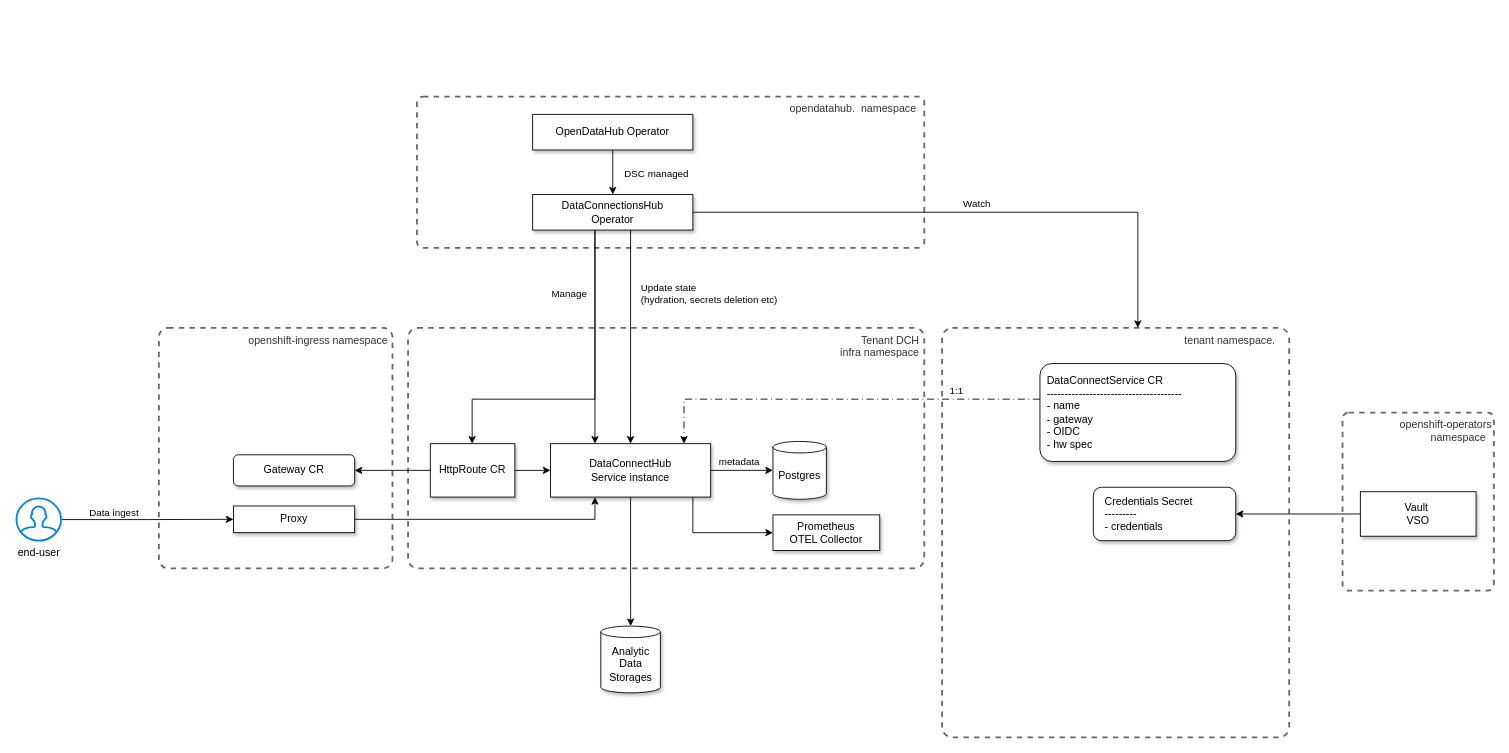
Before: page "Cluster" (1 of 5) of architecture-decision-records/data-connect-hub/diagrams/Connections.drawio in opendatahub-io/architecture-decision-records, a draw.io diagram. Source tidied: cells renumbered, new cells numbered last; positions are measured from the earlier drawing's top-left corner, leaving out a move shared by most shapes. Both pictures are drawn from the tidied source at 89%, with x=0, y=0 at pixel (16, 96).
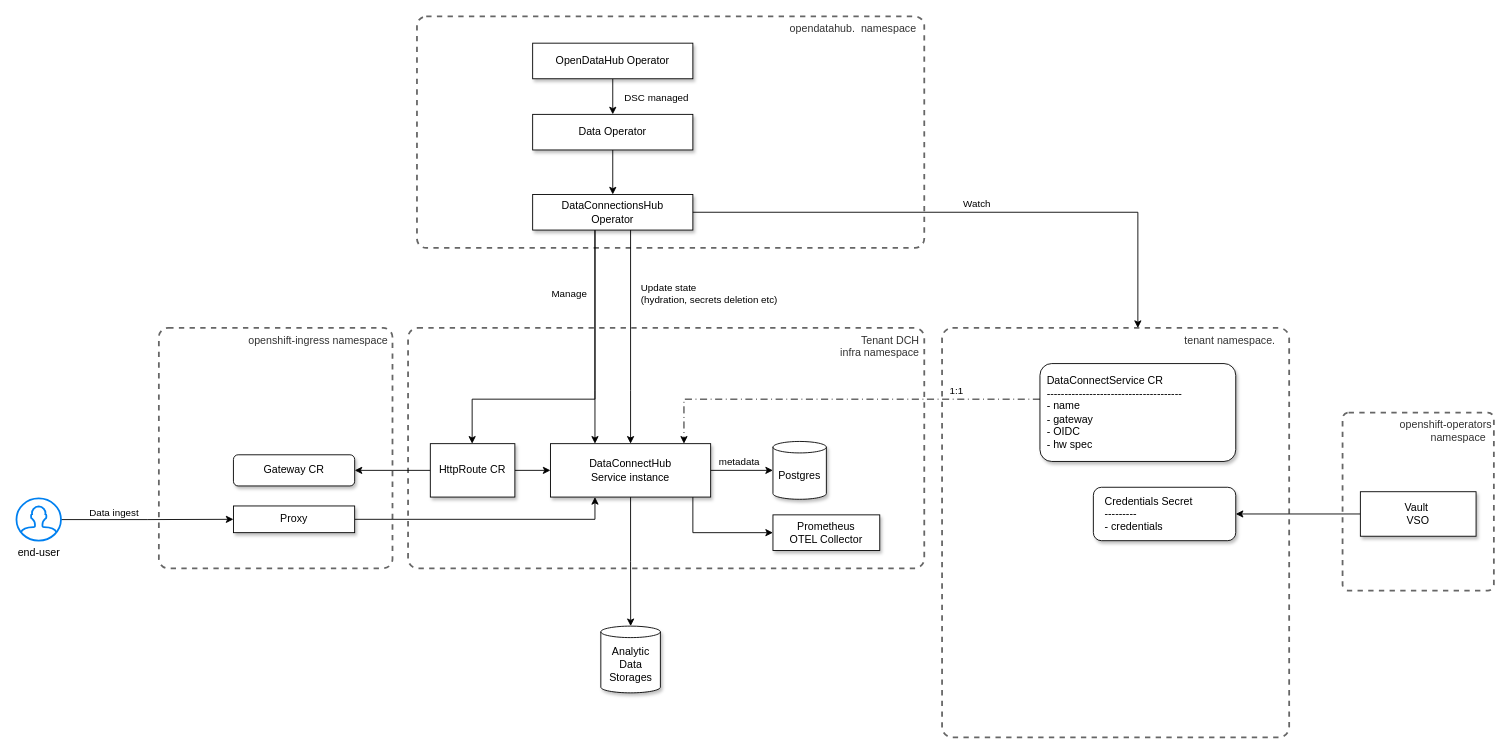
After the change.

Commit message (it also covers changes not shown here):
fix: show the new data operator that manages DCH.

The change refers to these unchanged cells:
```xml
<mxCell id="23" style="edgeStyle=orthogonalEdgeStyle;rounded=0;jettySize=auto;html=1;" parent="1" edge="1" source="25" target="8">
  <mxGeometry relative="1" as="geometry" />
</mxCell>
```

What changed in the source:
```diff
@@
     <mxCell id="4" value="opendatahub.&amp;nbsp; namespace&amp;nbsp;&amp;nbsp;" style="rounded=1;whiteSpace=wrap;html=1;verticalAlign=top;align=right;dashed=1;arcSize=4;fillColor=none;fontColor=#333333;strokeColor=#666666;strokeWidth=2;" parent="1" vertex="1">
-      <mxGeometry x="450" width="570" height="170" as="geometry" />
+      <mxGeometry x="450" y="-90" width="570" height="260" as="geometry" />
     </mxCell>
@@
     <mxCell id="24" value="DSC managed" style="edgeLabel;html=1;align=center;verticalAlign=middle;" parent="23" vertex="1">
       <mxGeometry x="0.03" y="-2" relative="1" as="geometry">
-        <mxPoint x="50" as="offset" />
+        <mxPoint x="50" y="-86" as="offset" />
       </mxGeometry>
     </mxCell>
-    <mxCell id="25" value="OpenDataHub Operator" style="rounded=0;whiteSpace=wrap;html=1;shadow=1;" parent="1" vertex="1">
+    <mxCell id="25" value="Data Operator" style="rounded=0;whiteSpace=wrap;html=1;shadow=1;" parent="1" vertex="1">
       <mxGeometry x="580" y="20" width="180" height="40" as="geometry" />
     </mxCell>
@@
+    <mxCell id="41" style="edgeStyle=orthogonalEdgeStyle;rounded=0;jettySize=auto;html=1;" parent="1" edge="1" source="42" target="25">
+      <mxGeometry relative="1" as="geometry" />
+    </mxCell>
+    <mxCell id="42" value="OpenDataHub Operator" style="rounded=0;whiteSpace=wrap;html=1;shadow=1;" parent="1" vertex="1">
+      <mxGeometry x="580" y="-60" width="180" height="40" as="geometry" />
+    </mxCell>
```
